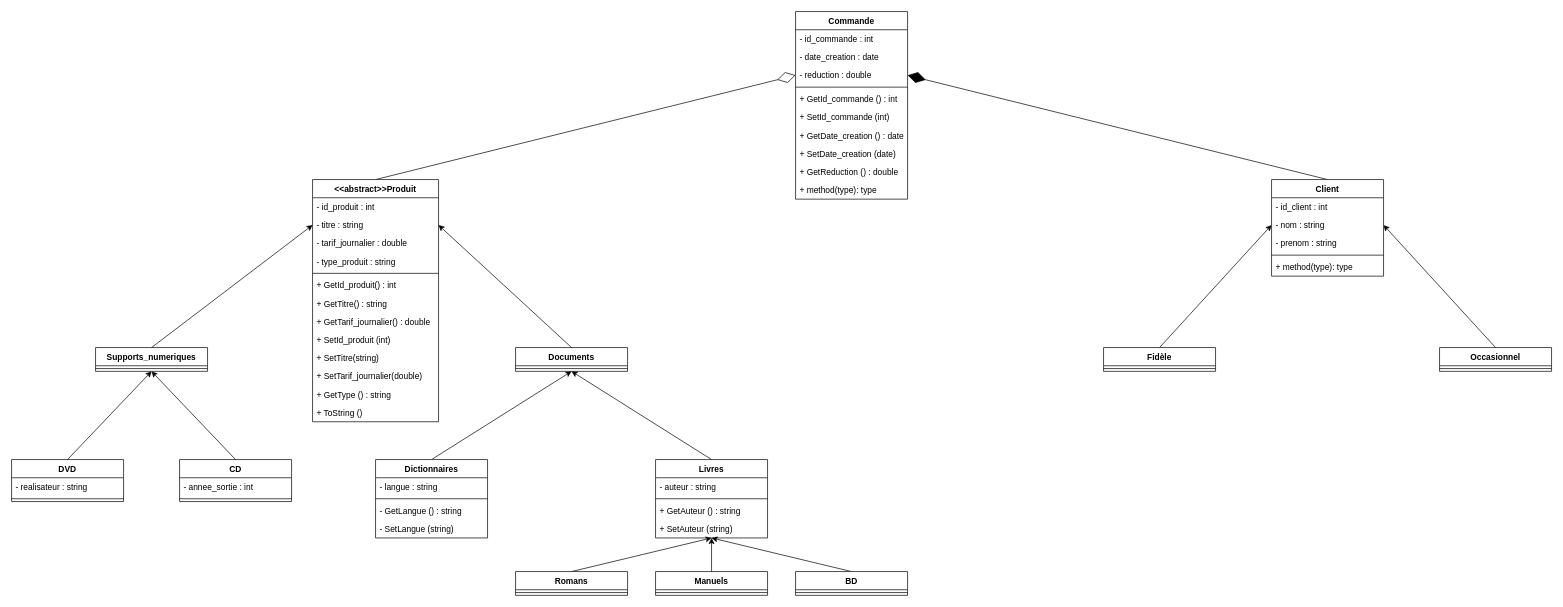
This is UML.drawio from Harsisis/Java_project, a draw.io file, before an edit. Source tidied: cells renumbered, new cells numbered last; positions are measured from the earlier drawing's top-left corner, leaving out a move shared by most shapes. Both pictures are drawn from the tidied source at 70%, with x=0, y=0 at pixel (11, 11).
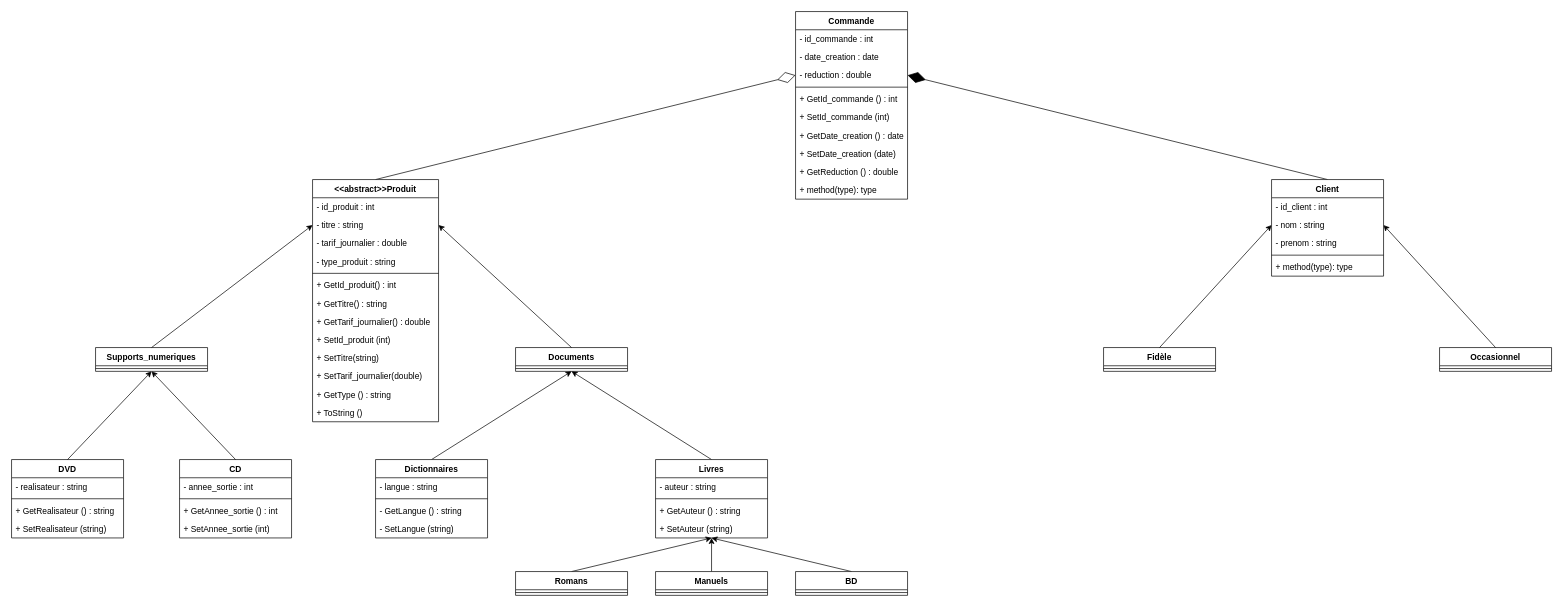
Above is the later version.

Diff of the diagram source:
```diff
@@
     <mxCell id="2" value="DVD" style="swimlane;fontStyle=1;align=center;verticalAlign=top;horizontal=1;startSize=26;" parent="1" vertex="1">
-      <mxGeometry y="640" width="160" height="60" as="geometry" />
+      <mxGeometry y="640" width="160" height="112" as="geometry" />
     </mxCell>
@@
+    <mxCell id="76" value="+ GetRealisateur () : string" style="text;strokeColor=none;fillColor=none;align=left;verticalAlign=top;spacingLeft=4;spacingRight=4;overflow=hidden;" parent="2" vertex="1">
+      <mxGeometry y="60" width="160" height="26" as="geometry" />
+    </mxCell>
+    <mxCell id="77" value="+ SetRealisateur (string)" style="text;strokeColor=none;fillColor=none;align=left;verticalAlign=top;spacingLeft=4;spacingRight=4;overflow=hidden;" parent="2" vertex="1">
+      <mxGeometry y="86" width="160" height="26" as="geometry" />
+    </mxCell>
     <mxCell id="5" value="CD" style="swimlane;fontStyle=1;align=center;verticalAlign=top;horizontal=1;startSize=26;" parent="1" vertex="1">
-      <mxGeometry x="240" y="640" width="160" height="60" as="geometry" />
+      <mxGeometry x="240" y="640" width="160" height="112" as="geometry" />
     </mxCell>
@@
+    <mxCell id="78" value="+ GetAnnee_sortie () : int" style="text;strokeColor=none;fillColor=none;align=left;verticalAlign=top;spacingLeft=4;spacingRight=4;overflow=hidden;" parent="5" vertex="1">
+      <mxGeometry y="60" width="160" height="26" as="geometry" />
+    </mxCell>
+    <mxCell id="79" value="+ SetAnnee_sortie (int)" style="text;strokeColor=none;fillColor=none;align=left;verticalAlign=top;spacingLeft=4;spacingRight=4;overflow=hidden;" parent="5" vertex="1">
+      <mxGeometry y="86" width="160" height="26" as="geometry" />
+    </mxCell>
```
